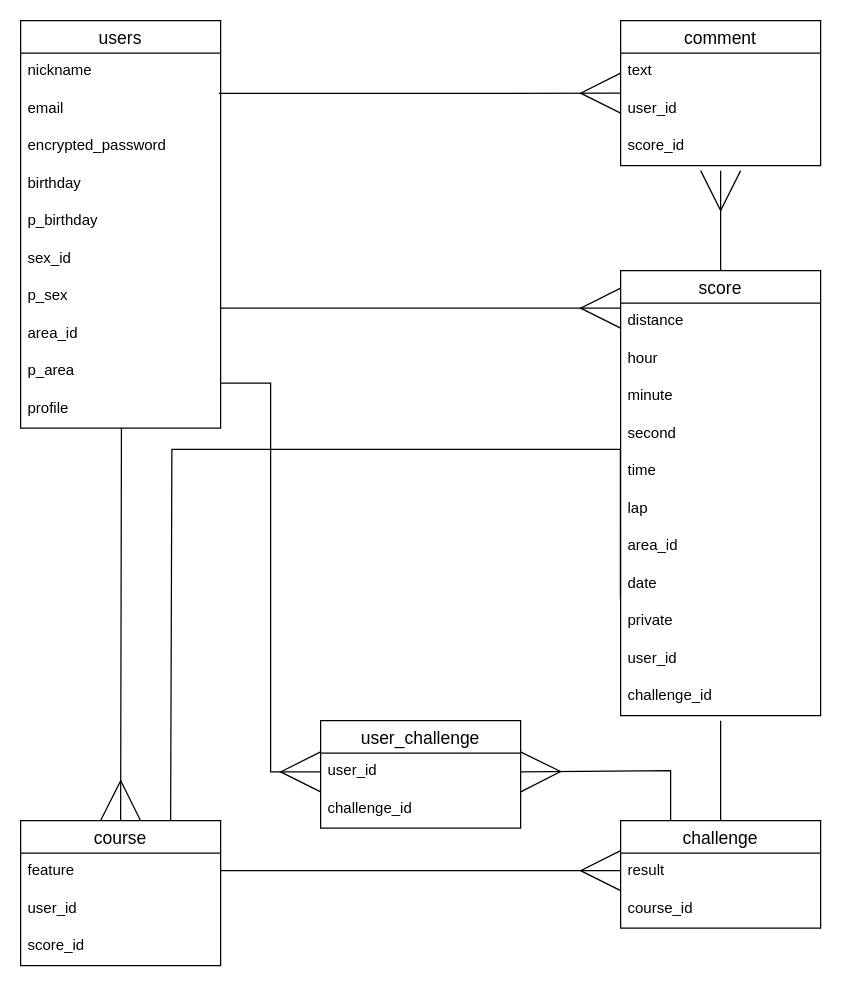
Before: er1.dio in StepLadder123/Run-Online, a draw.io diagram. Source tidied: cells renumbered, new cells numbered last; positions are measured from the earlier drawing's top-left corner, leaving out a move shared by most shapes. Both pictures are drawn from the tidied source at 125%, with x=0, y=0 at pixel (20, 20).
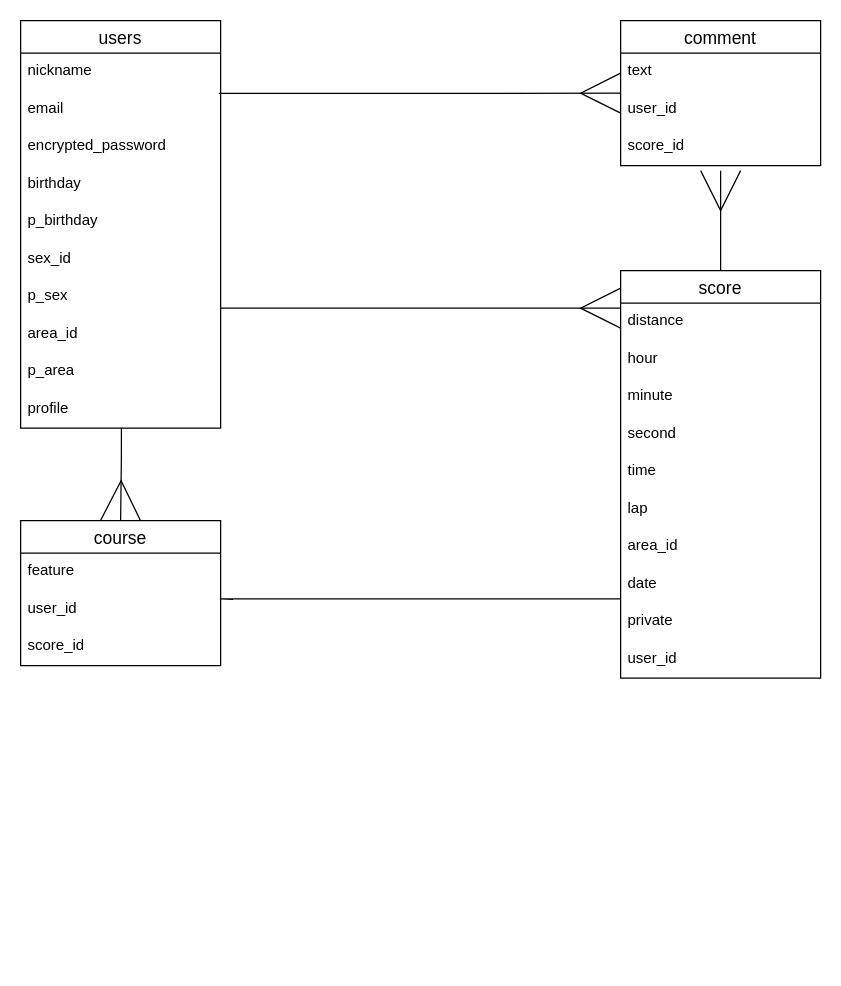
The same page after the edit.

The change refers to these unchanged cells:
```xml
<mxCell id="21" value="date" style="text;strokeColor=none;fillColor=none;spacingLeft=4;spacingRight=4;overflow=hidden;points=[[0,0.5],[1,0.5]];portConstraint=eastwest;fontSize=12;" parent="13" vertex="1">
  <mxGeometry y="236" width="160" height="30" as="geometry" />
</mxCell>
```

What changed in the source:
```diff
@@
     <mxCell id="13" value="score" style="swimlane;fontStyle=0;horizontal=1;startSize=26;align=center;fontSize=14;" parent="1" vertex="1">
-      <mxGeometry x="480" y="200" width="160" height="356" as="geometry" />
+      <mxGeometry x="480" y="200" width="160" height="326" as="geometry" />
     </mxCell>
@@
-    <mxCell id="24" value="challenge_id" style="text;strokeColor=none;fillColor=none;spacingLeft=4;spacingRight=4;overflow=hidden;fontSize=12;" parent="13" vertex="1">
-      <mxGeometry y="326" width="160" height="30" as="geometry" />
-    </mxCell>
     <mxCell id="25" value="course" style="swimlane;fontStyle=0;horizontal=1;startSize=26;align=center;fontSize=14;" parent="1" vertex="1">
-      <mxGeometry y="640" width="160" height="116" as="geometry" />
+      <mxGeometry y="400" width="160" height="116" as="geometry" />
     </mxCell>
@@
-    <mxCell id="30" value="challenge" style="swimlane;fontStyle=0;horizontal=1;startSize=26;align=center;fontSize=14;" parent="1" vertex="1">
-      <mxGeometry x="480" y="640" width="160" height="86" as="geometry" />
-    </mxCell>
-    <mxCell id="31" value="result" style="text;strokeColor=none;fillColor=none;spacingLeft=4;spacingRight=4;overflow=hidden;fontSize=12;" parent="30" vertex="1">
-      <mxGeometry y="26" width="160" height="30" as="geometry" />
-    </mxCell>
-    <mxCell id="32" value="course_id" style="text;strokeColor=none;fillColor=none;spacingLeft=4;spacingRight=4;overflow=hidden;fontSize=12;" parent="30" vertex="1">
-      <mxGeometry y="56" width="160" height="30" as="geometry" />
-    </mxCell>
@@
-    <mxCell id="37" value="user_challenge" style="swimlane;fontStyle=0;horizontal=1;startSize=26;align=center;fontSize=14;" parent="1" vertex="1">
-      <mxGeometry x="240" y="560" width="160" height="86" as="geometry" />
-    </mxCell>
-    <mxCell id="38" value="user_id" style="text;strokeColor=none;fillColor=none;spacingLeft=4;spacingRight=4;overflow=hidden;points=[[0,0.5],[1,0.5]];portConstraint=eastwest;fontSize=12;" parent="37" vertex="1">
-      <mxGeometry y="26" width="160" height="30" as="geometry" />
-    </mxCell>
-    <mxCell id="39" value="challenge_id" style="text;strokeColor=none;fillColor=none;spacingLeft=4;spacingRight=4;overflow=hidden;fontSize=12;" parent="37" vertex="1">
-      <mxGeometry y="56" width="160" height="30" as="geometry" />
-    </mxCell>
@@
-    <mxCell id="43" style="edgeStyle=orthogonalEdgeStyle;rounded=0;orthogonalLoop=1;jettySize=auto;html=1;entryX=0;entryY=0.5;entryDx=0;entryDy=0;endArrow=ERmany;endFill=0;endSize=30;startSize=30;strokeWidth=1;sourcePerimeterSpacing=30;" parent="1" edge="1">
-      <mxGeometry relative="1" as="geometry">
-        <mxPoint x="160" y="680" as="sourcePoint" />
-        <mxPoint x="480" y="680" as="targetPoint" />
-      </mxGeometry>
-    </mxCell>
-    <mxCell id="44" style="endArrow=none;html=1;exitX=0.5;exitY=0;exitDx=0;exitDy=0;" parent="1" edge="1" source="30">
-      <mxGeometry relative="1" as="geometry">
-        <mxPoint x="560" y="560" as="targetPoint" />
-      </mxGeometry>
-    </mxCell>
-    <mxCell id="45" style="edgeStyle=orthogonalEdgeStyle;rounded=0;jettySize=auto;html=1;endArrow=ERmany;endFill=0;endSize=30;startSize=30;strokeWidth=1;sourcePerimeterSpacing=30;exitX=0.25;exitY=0;exitDx=0;exitDy=0;entryX=1;entryY=0.5;entryDx=0;entryDy=0;" parent="1" edge="1" source="30" target="38">
-      <mxGeometry relative="1" as="geometry">
-        <Array as="points">
-          <mxPoint x="520" y="600" />
-        </Array>
-      </mxGeometry>
-    </mxCell>
-    <mxCell id="46" style="edgeStyle=orthogonalEdgeStyle;rounded=0;jettySize=auto;html=1;endArrow=ERmany;endFill=0;endSize=30;startSize=30;strokeWidth=1;sourcePerimeterSpacing=30;entryX=0;entryY=0.5;entryDx=0;entryDy=0;" parent="1" edge="1" target="38">
-      <mxGeometry relative="1" as="geometry">
-        <mxPoint x="160" y="290" as="sourcePoint" />
-        <Array as="points">
-          <mxPoint x="200" y="290" />
-          <mxPoint x="200" y="601" />
-        </Array>
-      </mxGeometry>
-    </mxCell>
-    <mxCell id="47" style="edgeStyle=orthogonalEdgeStyle;rounded=0;jettySize=auto;html=1;entryX=0.75;entryY=0;entryDx=0;entryDy=0;endArrow=none;endFill=0;endSize=30;startSize=30;strokeWidth=1;sourcePerimeterSpacing=30;exitX=-0.001;exitY=0.887;exitDx=0;exitDy=0;exitPerimeter=0;" parent="1" edge="1" source="21" target="25">
+    <mxCell id="47" style="edgeStyle=orthogonalEdgeStyle;rounded=0;jettySize=auto;html=1;endArrow=none;endFill=0;endSize=30;startSize=30;strokeWidth=1;sourcePerimeterSpacing=30;exitX=-0.001;exitY=0.887;exitDx=0;exitDy=0;exitPerimeter=0;" parent="1" edge="1" source="21">
       <mxGeometry relative="1" as="geometry">
+        <mxPoint x="170" y="463" as="targetPoint" />
         <Array as="points">
-          <mxPoint x="121" y="343" />
+          <mxPoint x="160" y="463" />
         </Array>
       </mxGeometry>
     </mxCell>
```
